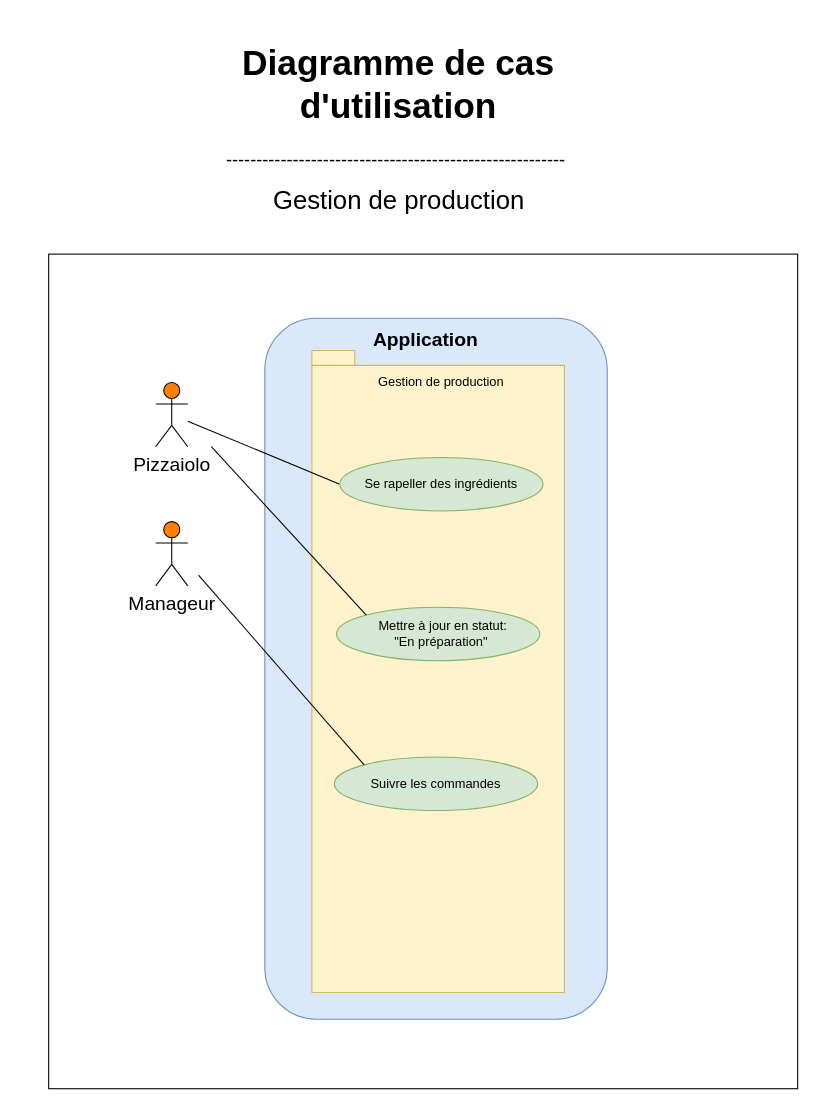
Above: page "Gestion de production" (2 of 5) of Use case Diagram.drawio in Maayaavi/OC_Project_4 (draw.io), before the change. Source tidied: cells renumbered, new cells numbered last; positions are measured from the earlier drawing's top-left corner, leaving out a move shared by most shapes. Both pictures are drawn from the tidied source at 107%, with x=0, y=0 at pixel (48, 29).
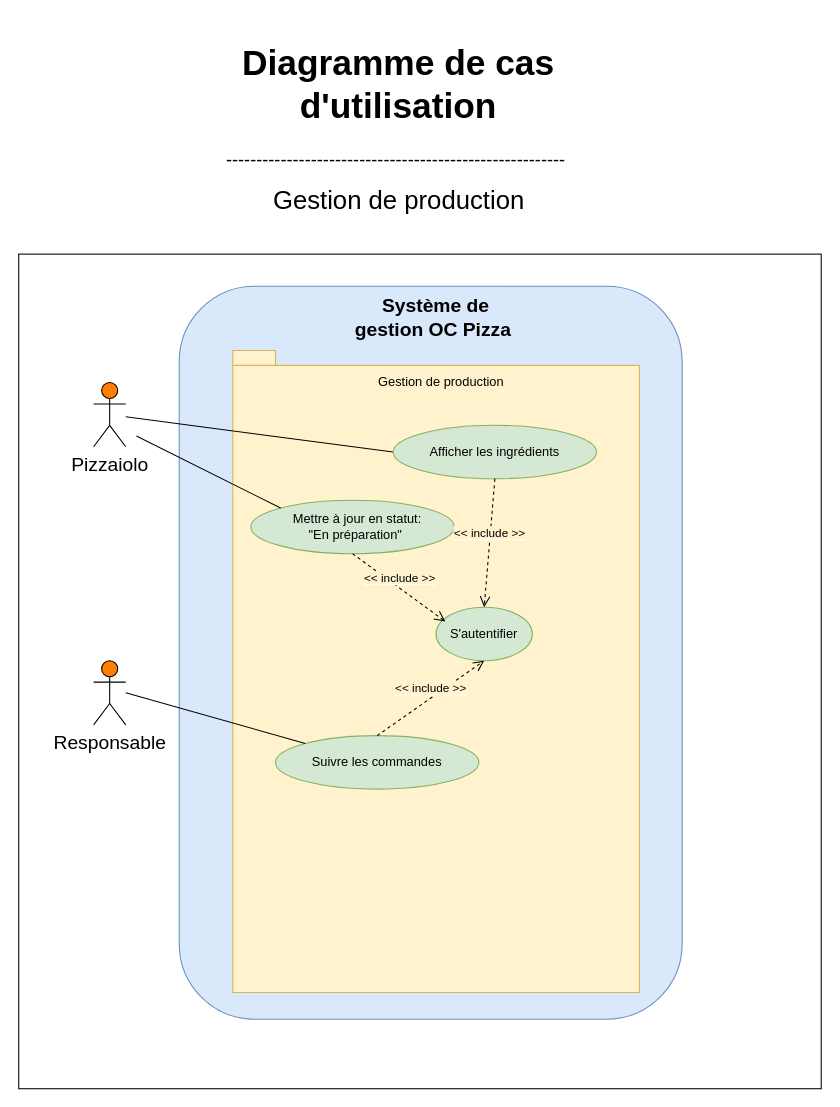
The same page after the edit.

Diff of the diagram source:
```diff
@@
     <mxCell id="2" style="whiteSpace=wrap;html=1;" parent="1" vertex="1">
-      <mxGeometry y="210" width="700" height="780" as="geometry" />
+      <mxGeometry x="-28" y="210" width="750" height="780" as="geometry" />
     </mxCell>
@@
     <mxCell id="4" style="rounded=1;whiteSpace=wrap;html=1;fillColor=#dae8fc;strokeColor=#6c8ebf;" parent="1" vertex="1">
-      <mxGeometry x="202" y="270" width="320" height="655" as="geometry" />
+      <mxGeometry x="122" y="240" width="470" height="685" as="geometry" />
     </mxCell>
-    <mxCell id="5" value="Application&amp;nbsp;" style="text;html=1;strokeColor=none;fillColor=none;align=center;verticalAlign=middle;whiteSpace=wrap;rounded=0;fontSize=18;fontStyle=1;glass=0;gradientColor=none;" parent="1" vertex="1">
-      <mxGeometry x="275" y="260" width="160" height="60" as="geometry" />
+    <mxCell id="5" value="Système de gestion OC Pizza&amp;nbsp;" style="text;html=1;strokeColor=none;fillColor=none;align=center;verticalAlign=middle;whiteSpace=wrap;rounded=0;fontSize=18;fontStyle=1;glass=0;gradientColor=none;" parent="1" vertex="1">
+      <mxGeometry x="282" y="240" width="160" height="60" as="geometry" />
     </mxCell>
     <mxCell id="6" value="Pizzaiolo" style="shape=umlActor;verticalLabelPosition=bottom;labelBackgroundColor=#ffffff;verticalAlign=top;html=1;outlineConnect=0;fontSize=18;fillColor=#FF8000;" parent="1" vertex="1">
-      <mxGeometry x="100" y="330" width="30" height="60" as="geometry" />
+      <mxGeometry x="42" y="330" width="30" height="60" as="geometry" />
     </mxCell>
-    <mxCell id="7" value="Manageur" style="shape=umlActor;verticalLabelPosition=bottom;labelBackgroundColor=#ffffff;verticalAlign=top;html=1;fontSize=18;fillColor=#FF8000;" parent="1" vertex="1">
-      <mxGeometry x="100" y="460" width="30" height="60" as="geometry" />
+    <mxCell id="7" value="Responsable" style="shape=umlActor;verticalLabelPosition=bottom;labelBackgroundColor=#ffffff;verticalAlign=top;html=1;fontSize=18;fillColor=#FF8000;" parent="1" vertex="1">
+      <mxGeometry x="42" y="590" width="30" height="60" as="geometry" />
     </mxCell>
     <mxCell id="8" style="shape=folder;fontStyle=1;spacingTop=10;tabWidth=40;tabHeight=14;tabPosition=left;html=1;fillColor=#fff2cc;strokeColor=#d6b656;" parent="1" vertex="1">
-      <mxGeometry x="246" y="300" width="236" height="600" as="geometry" />
+      <mxGeometry x="172" y="300" width="380" height="600" as="geometry" />
     </mxCell>
@@
     <mxCell id="11" style="ellipse;whiteSpace=wrap;html=1;fillColor=#d5e8d4;strokeColor=#82b366;" parent="1" vertex="1">
-      <mxGeometry x="272" y="400" width="190" height="50" as="geometry" />
+      <mxGeometry x="322" y="370" width="190" height="50" as="geometry" />
     </mxCell>
-    <mxCell id="12" value="Se rapeller des ingrédients" style="text;html=1;strokeColor=none;fillColor=none;align=center;verticalAlign=middle;whiteSpace=wrap;rounded=0;" parent="1" vertex="1">
-      <mxGeometry x="262" y="415" width="210" height="20" as="geometry" />
+    <mxCell id="12" value="Afficher les ingrédients" style="text;html=1;strokeColor=none;fillColor=none;align=center;verticalAlign=middle;whiteSpace=wrap;rounded=0;" parent="1" vertex="1">
+      <mxGeometry x="312" y="385" width="210" height="20" as="geometry" />
     </mxCell>
     <mxCell id="13" style="ellipse;whiteSpace=wrap;html=1;fillColor=#d5e8d4;strokeColor=#82b366;" parent="1" vertex="1">
-      <mxGeometry x="269" y="540" width="190" height="50" as="geometry" />
+      <mxGeometry x="189" y="440" width="190" height="50" as="geometry" />
     </mxCell>
     <mxCell id="14" value="&amp;nbsp;Mettre à jour en statut:&lt;br&gt;&quot;En préparation&quot;" style="text;html=1;strokeColor=none;fillColor=none;align=center;verticalAlign=middle;whiteSpace=wrap;rounded=0;" parent="1" vertex="1">
-      <mxGeometry x="262" y="555" width="210" height="20" as="geometry" />
+      <mxGeometry x="182" y="455" width="210" height="20" as="geometry" />
     </mxCell>
@@
     <mxCell id="16" style="endArrow=none;html=1;entryX=0;entryY=0;entryDx=0;entryDy=0;" parent="1" edge="1" target="13">
       <mxGeometry relative="1" as="geometry">
-        <mxPoint x="152" y="390" as="sourcePoint" />
+        <mxPoint x="82" y="380" as="sourcePoint" />
       </mxGeometry>
     </mxCell>
     <mxCell id="17" style="ellipse;whiteSpace=wrap;html=1;fillColor=#d5e8d4;strokeColor=#82b366;" parent="1" vertex="1">
-      <mxGeometry x="267" y="680" width="190" height="50" as="geometry" />
+      <mxGeometry x="212" y="660" width="190" height="50" as="geometry" />
     </mxCell>
     <mxCell id="18" value="Suivre les commandes" style="text;html=1;strokeColor=none;fillColor=none;align=center;verticalAlign=middle;whiteSpace=wrap;rounded=0;" parent="1" vertex="1">
-      <mxGeometry x="257" y="695" width="210" height="20" as="geometry" />
+      <mxGeometry x="202" y="675" width="210" height="20" as="geometry" />
     </mxCell>
     <mxCell id="19" style="endArrow=none;html=1;entryX=0;entryY=0;entryDx=0;entryDy=0;" parent="1" edge="1" target="17">
       <mxGeometry relative="1" as="geometry">
-        <mxPoint x="140" y="510" as="sourcePoint" />
+        <mxPoint x="72" y="620" as="sourcePoint" />
       </mxGeometry>
     </mxCell>
+    <mxCell id="20" style="ellipse;whiteSpace=wrap;html=1;fillColor=#d5e8d4;strokeColor=#82b366;" parent="1" vertex="1">
+      <mxGeometry x="362" y="540" width="90" height="50" as="geometry" />
+    </mxCell>
+    <mxCell id="21" value="S'autentifier" style="text;html=1;strokeColor=none;fillColor=none;align=center;verticalAlign=middle;whiteSpace=wrap;rounded=0;" parent="1" vertex="1">
+      <mxGeometry x="302" y="555" width="210" height="20" as="geometry" />
+    </mxCell>
+    <mxCell id="22" value="&lt;span style=&quot;background-color: rgb(255 , 242 , 204)&quot;&gt;&amp;lt;&amp;lt; include &amp;gt;&amp;gt;&lt;/span&gt;" style="html=1;verticalAlign=bottom;endArrow=open;dashed=1;endSize=8;entryX=0.5;entryY=0;entryDx=0;entryDy=0;exitX=0.5;exitY=1;exitDx=0;exitDy=0;" parent="1" edge="1" source="11" target="20">
+      <mxGeometry relative="1" as="geometry" />
+    </mxCell>
+    <mxCell id="23" value="&lt;span style=&quot;background-color: rgb(255 , 242 , 204)&quot;&gt;&amp;lt;&amp;lt; include &amp;gt;&amp;gt;&lt;/span&gt;" style="html=1;verticalAlign=bottom;endArrow=open;dashed=1;endSize=8;entryX=0.327;entryY=-0.083;entryDx=0;entryDy=0;exitX=0.5;exitY=1;exitDx=0;exitDy=0;entryPerimeter=0;" parent="1" edge="1" source="13" target="21">
+      <mxGeometry relative="1" as="geometry" />
+    </mxCell>
+    <mxCell id="24" value="&lt;span style=&quot;background-color: rgb(255 , 242 , 204)&quot;&gt;&amp;lt;&amp;lt; include &amp;gt;&amp;gt;&lt;/span&gt;" style="html=1;verticalAlign=bottom;endArrow=open;dashed=1;endSize=8;entryX=0.5;entryY=1;entryDx=0;entryDy=0;exitX=0.5;exitY=0;exitDx=0;exitDy=0;" parent="1" edge="1" source="17" target="20">
+      <mxGeometry relative="1" as="geometry" />
+    </mxCell>
```
